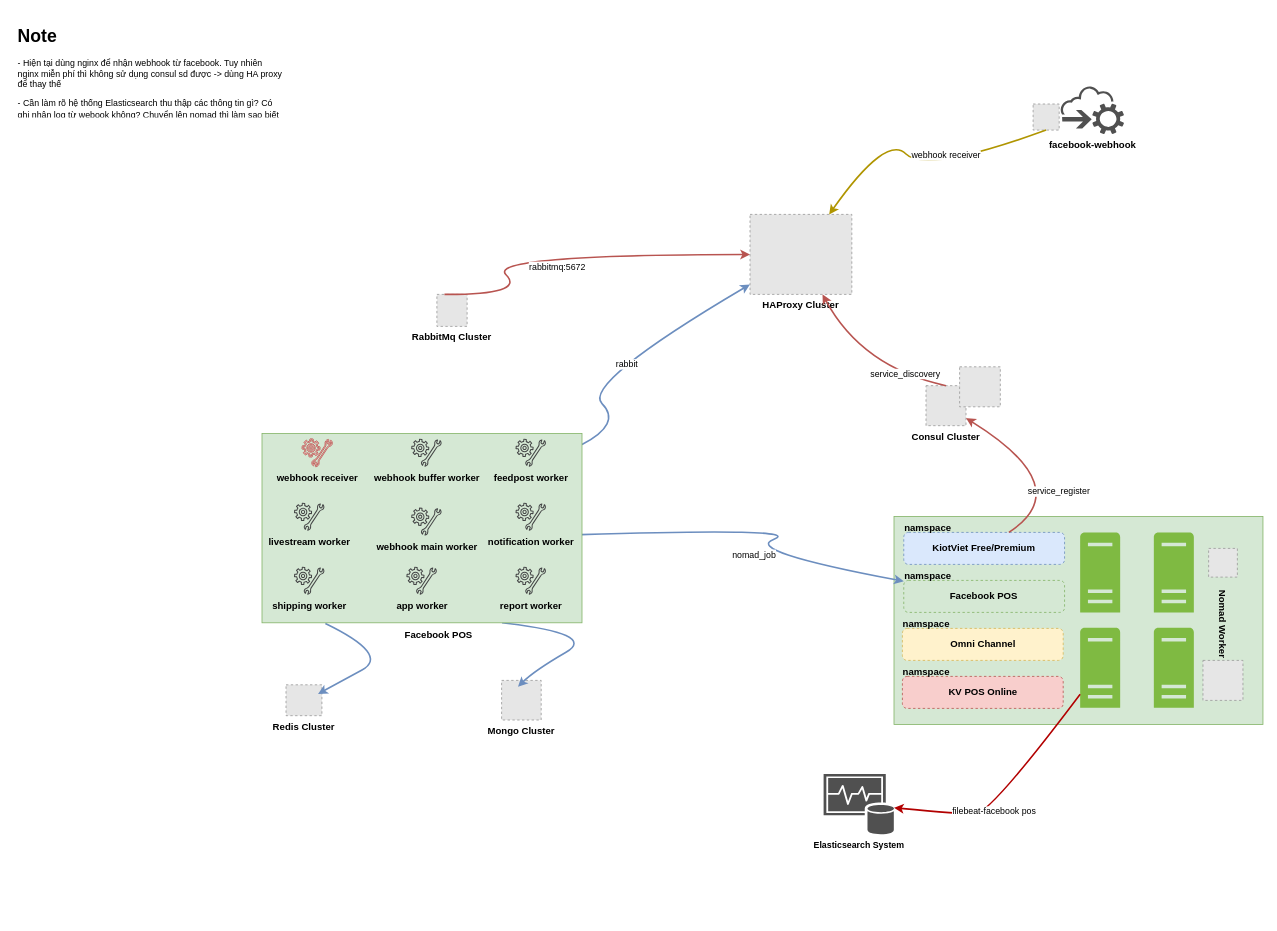
khinhvuphiduong/diagrams.net keeps this draw.io diagram as page "Facebook POS" (2 of 5) of KOL.drawio. Above is the earlier version. Source tidied: cells renumbered, new cells numbered last; positions are measured from the earlier drawing's top-left corner, leaving out a move shared by most shapes. Both pictures are drawn from the tidied source at 80%, with x=0, y=0 at pixel (14, 22). Pictures stored in the file or linked from it are replaced by grey dashed boxes.
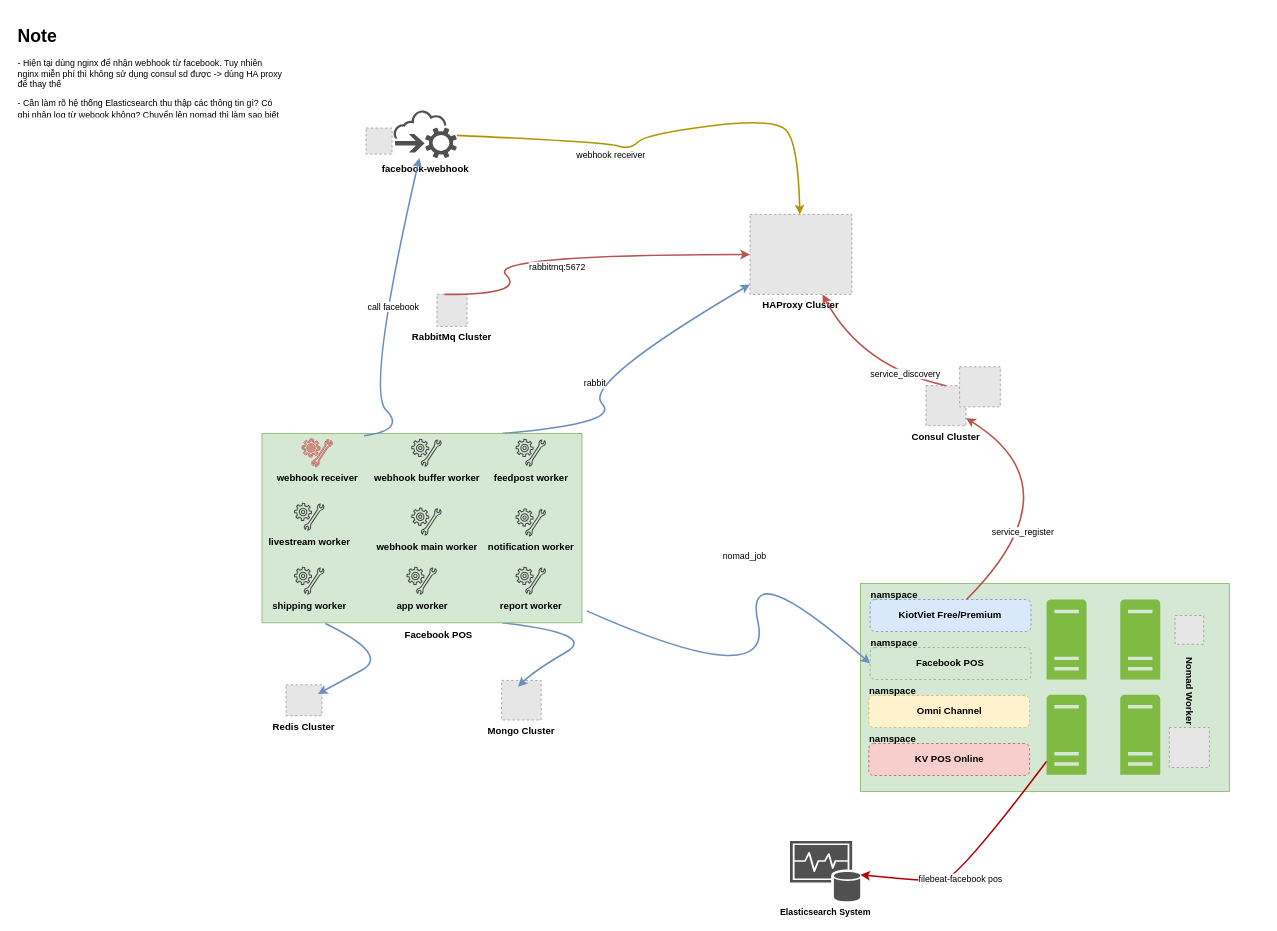
Above is the later version.

The change refers to these unchanged cells:
```xml
<mxCell id="2" value="HAProxy Cluster" style="fillColor=#E6E6E6;strokeColor=#999999;dashed=1;verticalLabelPosition=bottom;labelBackgroundColor=default;verticalAlign=top;fontStyle=1;" parent="1" vertex="1">
  <mxGeometry x="920" y="240.5" width="127.3" height="100" as="geometry" />
</mxCell>
<mxCell id="9" value="&lt;b&gt;Facebook POS&lt;/b&gt;" style="rounded=1;whiteSpace=wrap;html=1;dashed=1;fillColor=#d5e8d4;strokeColor=#82b366;" parent="8" vertex="1">
  <mxGeometry x="10.5" y="20" width="201" height="40" as="geometry" />
</mxCell>
<mxCell id="22" style="sketch=0;shadow=0;dashed=0;html=1;strokeColor=none;labelPosition=center;verticalLabelPosition=bottom;verticalAlign=top;outlineConnect=0;align=center;shape=mxgraph.office.servers.server_generic;fillColor=#7FBA42;" parent="17" vertex="1">
  <mxGeometry y="119.1" width="50" height="100" as="geometry" />
</mxCell>
<mxCell id="44" style="fillColor=#E6E6E6;strokeColor=#999999;dashed=1;verticalLabelPosition=bottom;labelBackgroundColor=default;verticalAlign=top;" parent="43" vertex="1">
  <mxGeometry y="22.5" width="32.6" height="32.6" as="geometry" />
</mxCell>
<mxCell id="45" value="&lt;b&gt;facebook-webhook&lt;/b&gt;" style="sketch=0;shadow=0;dashed=0;html=1;strokeColor=none;fillColor=#505050;labelPosition=center;verticalLabelPosition=bottom;outlineConnect=0;verticalAlign=top;align=center;shape=mxgraph.office.clouds.cloud_service_request;" parent="43" vertex="1">
  <mxGeometry x="33.9" width="79.6" height="60" as="geometry" />
</mxCell>
<mxCell id="46" style="rounded=0;whiteSpace=wrap;html=1;fillColor=#d5e8d4;strokeColor=#82b366;" parent="1" vertex="1">
  <mxGeometry x="310" y="514.5" width="400" height="236.5" as="geometry" />
</mxCell>
```

Diff of the diagram source:
```diff
@@
     <mxCell id="4" style="group;fillColor=#d5e8d4;strokeColor=#82b366;" parent="1" vertex="1">
-      <mxGeometry x="1100" y="618" width="461.2" height="260" as="geometry" />
+      <mxGeometry x="1058" y="701.9" width="461.2" height="260" as="geometry" />
     </mxCell>
@@
-    <mxCell id="31" style="curved=1;endArrow=classic;html=1;rounded=0;exitX=0.997;exitY=0.534;exitDx=0;exitDy=0;exitPerimeter=0;fillColor=#dae8fc;strokeColor=#6c8ebf;strokeWidth=2;" parent="1" edge="1" source="46" target="9">
+    <mxCell id="31" style="curved=1;endArrow=classic;html=1;rounded=0;exitX=1.015;exitY=0.937;exitDx=0;exitDy=0;exitPerimeter=0;fillColor=#dae8fc;strokeColor=#6c8ebf;strokeWidth=2;entryX=0;entryY=0.5;entryDx=0;entryDy=0;" parent="1" edge="1" source="46" target="9">
       <mxGeometry relative="1" as="geometry">
         <Array as="points">
-          <mxPoint x="990" y="632" />
+          <mxPoint x="950" y="840" />
           <mxPoint x="910" y="661" />
         </Array>
       </mxGeometry>
     </mxCell>
@@
-    <mxCell id="37" style="curved=1;endArrow=classic;html=1;rounded=0;endFill=1;startArrow=none;startFill=0;fillColor=#dae8fc;strokeColor=#6c8ebf;strokeWidth=2;" parent="1" edge="1" source="46" target="2">
+    <mxCell id="37" style="curved=1;endArrow=classic;html=1;rounded=0;endFill=1;startArrow=none;startFill=0;fillColor=#dae8fc;strokeColor=#6c8ebf;strokeWidth=2;exitX=0.75;exitY=0;exitDx=0;exitDy=0;" parent="1" edge="1" source="46" target="2">
       <mxGeometry relative="1" as="geometry">
         <Array as="points">
           <mxPoint x="760" y="502" />
           <mxPoint x="710" y="452" />
         </Array>
       </mxGeometry>
     </mxCell>
@@
     <mxCell id="43" style="group;" parent="1" vertex="1">
-      <mxGeometry x="1273.9" y="80" width="113.5" height="60" as="geometry" />
+      <mxGeometry x="440" y="110" width="113.5" height="60" as="geometry" />
     </mxCell>
@@
     <mxCell id="52" value="notification worker" style="sketch=0;shadow=0;dashed=0;html=1;strokeColor=none;fillColor=#434445;labelPosition=center;verticalLabelPosition=bottom;verticalAlign=top;align=center;shape=mxgraph.vvd.guest_agent_customization;fontStyle=1;" parent="1" vertex="1">
-      <mxGeometry x="626.9" y="601" width="38" height="35" as="geometry" />
+      <mxGeometry x="626.9" y="608" width="38" height="35" as="geometry" />
     </mxCell>
@@
-    <mxCell id="58" style="curved=1;endArrow=classic;html=1;rounded=0;labelBackgroundColor=default;strokeColor=#B09500;strokeWidth=2;fontFamily=Helvetica;fontSize=11;fontColor=default;fillColor=#e3c800;shape=connector;exitX=0.5;exitY=1;exitDx=0;exitDy=0;" parent="1" edge="1" source="44" target="2">
+    <mxCell id="58" style="curved=1;endArrow=classic;html=1;rounded=0;labelBackgroundColor=default;strokeColor=#B09500;strokeWidth=2;fontFamily=Helvetica;fontSize=11;fontColor=default;fillColor=#e3c800;shape=connector;" parent="1" edge="1" source="45" target="2">
       <mxGeometry relative="1" as="geometry">
         <Array as="points">
-          <mxPoint x="1140" y="190" />
-          <mxPoint x="1090" y="140" />
+          <mxPoint x="740" y="150" />
+          <mxPoint x="770" y="160" />
+          <mxPoint x="790" y="140" />
+          <mxPoint x="950" y="120" />
+          <mxPoint x="980" y="150" />
         </Array>
       </mxGeometry>
     </mxCell>
@@
     <mxCell id="60" value="Elasticsearch System" style="sketch=0;shadow=0;dashed=0;html=1;strokeColor=none;fillColor=#505050;labelPosition=center;verticalLabelPosition=bottom;verticalAlign=top;outlineConnect=0;align=center;shape=mxgraph.office.databases.monitoring_store;fontFamily=Helvetica;fontSize=11;fontColor=default;fontStyle=1;" parent="1" vertex="1">
-      <mxGeometry x="1012" y="940" width="88" height="76" as="geometry" />
+      <mxGeometry x="970" y="1023.9" width="88" height="76" as="geometry" />
     </mxCell>
     <mxCell id="61" style="curved=1;endArrow=classic;html=1;rounded=0;labelBackgroundColor=default;strokeColor=#B20000;strokeWidth=2;fontFamily=Helvetica;fontSize=11;fontColor=default;fillColor=#e51400;shape=connector;" parent="1" edge="1" source="22" target="60">
       <mxGeometry relative="1" as="geometry">
         <Array as="points">
-          <mxPoint x="1220" y="990" />
-          <mxPoint x="1182.8" y="990" />
+          <mxPoint x="1178" y="1073.9" />
+          <mxPoint x="1140.8" y="1073.9" />
         </Array>
       </mxGeometry>
     </mxCell>
@@
+    <mxCell id="63" style="curved=1;endArrow=classic;html=1;rounded=0;exitX=0.319;exitY=0.011;exitDx=0;exitDy=0;exitPerimeter=0;strokeWidth=2;fillColor=#dae8fc;strokeColor=#6c8ebf;" parent="1" edge="1" source="46" target="45">
+      <mxGeometry relative="1" as="geometry">
+        <Array as="points">
+          <mxPoint x="490" y="510" />
+          <mxPoint x="440" y="460" />
+        </Array>
+      </mxGeometry>
+    </mxCell>
+    <mxCell id="64" value="call facebook" style="edgeLabel;html=1;align=center;verticalAlign=middle;" parent="63" vertex="1">
+      <mxGeometry x="0.1" y="-9" relative="1" as="geometry">
+        <mxPoint y="-1" as="offset" />
+      </mxGeometry>
+    </mxCell>
```
